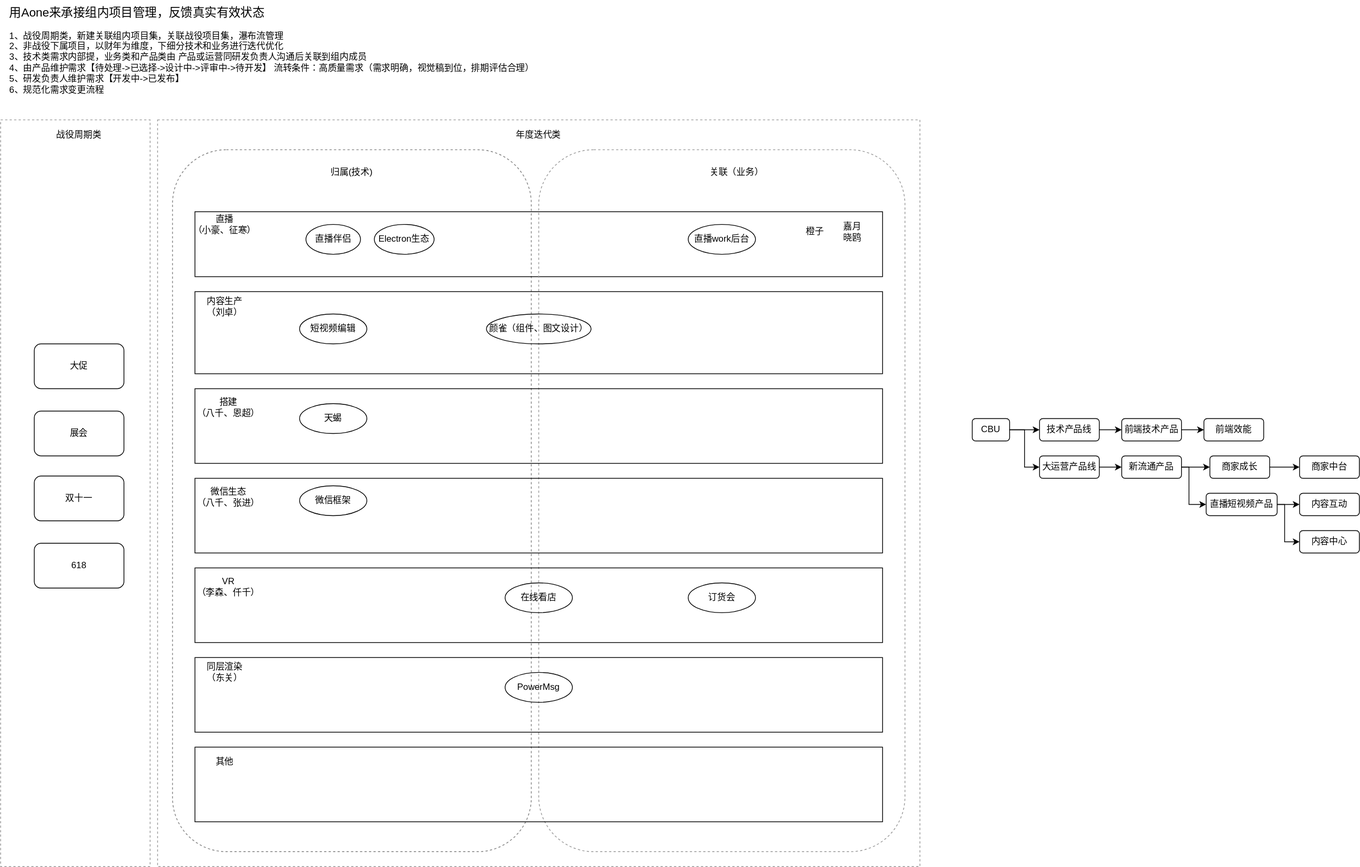
git-zhanglei/gitskills keeps this draw.io diagram as project.svg. Above is the earlier version. Source tidied: cells renumbered, new cells last; positions are measured from the earlier drawing's top-left corner, leaving out a move shared by most shapes.
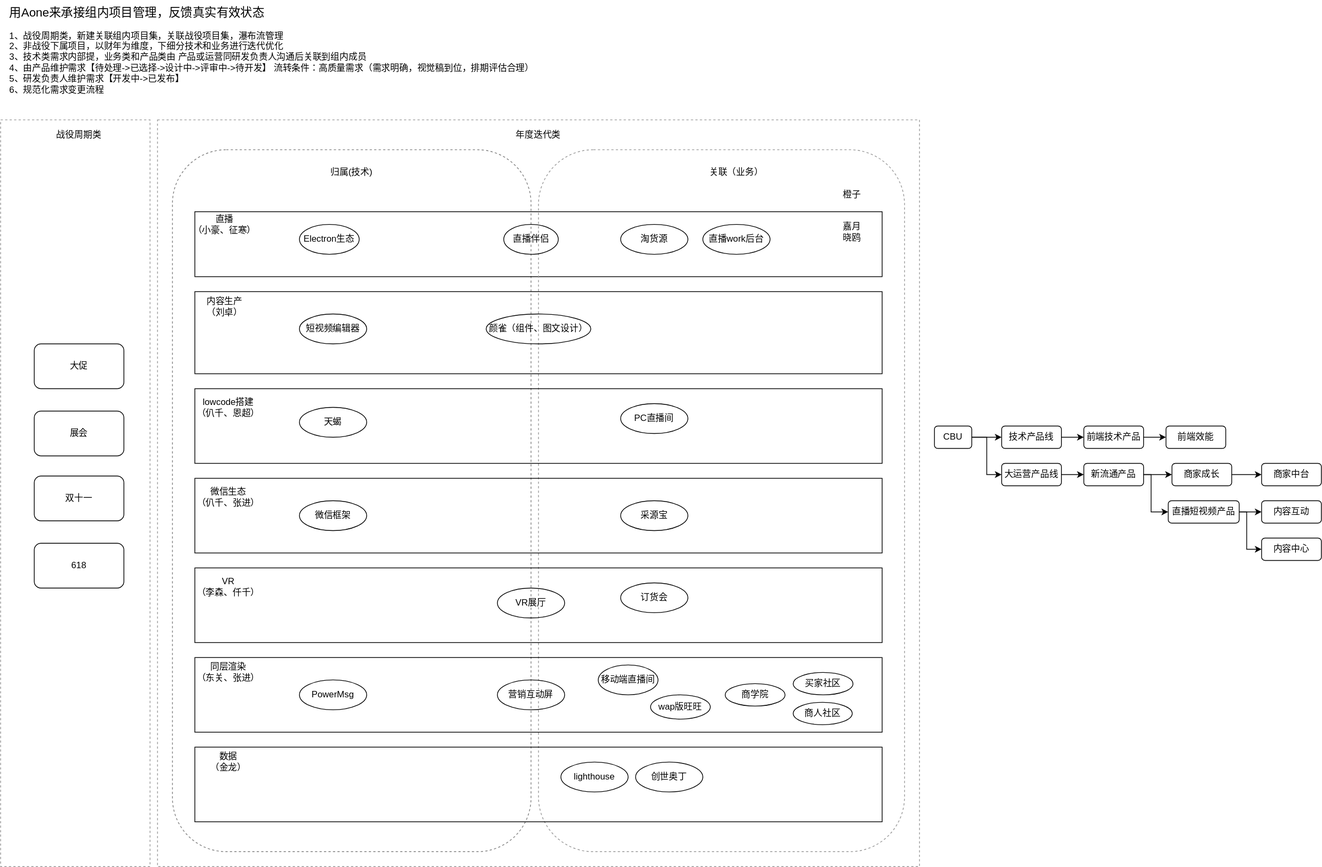
Above is the later version.

The edit, as a diff of the source:
```diff
@@ -20,17 +20,17 @@
     <mxCell id="7" style="rounded=0;whiteSpace=wrap;html=1;fillColor=none;" parent="1" vertex="1">
       <mxGeometry x="260" y="520" width="920" height="100" as="geometry" />
     </mxCell>
-    <mxCell id="8" value="短视频编辑" style="ellipse;whiteSpace=wrap;html=1;fillColor=none;" parent="1" vertex="1">
+    <mxCell id="8" value="短视频编辑器" style="ellipse;whiteSpace=wrap;html=1;fillColor=none;" parent="1" vertex="1">
       <mxGeometry x="400" y="420" width="90" height="40" as="geometry" />
     </mxCell>
     <mxCell id="9" value="内容生产&lt;br&gt;（刘卓）" style="text;html=1;strokeColor=none;fillColor=none;align=center;verticalAlign=middle;whiteSpace=wrap;rounded=0;" parent="1" vertex="1">
       <mxGeometry x="270" y="400" width="60" height="20" as="geometry" />
     </mxCell>
-    <mxCell id="10" value="搭建&lt;br&gt;（八千、恩超）" style="text;html=1;strokeColor=none;fillColor=none;align=center;verticalAlign=middle;whiteSpace=wrap;rounded=0;" parent="1" vertex="1">
+    <mxCell id="10" value="lowcode搭建&lt;br&gt;（仈千、恩超）" style="text;html=1;strokeColor=none;fillColor=none;align=center;verticalAlign=middle;whiteSpace=wrap;rounded=0;" parent="1" vertex="1">
       <mxGeometry x="255" y="530" width="100" height="30" as="geometry" />
     </mxCell>
     <mxCell id="11" value="天蝎" style="ellipse;whiteSpace=wrap;html=1;fillColor=none;" parent="1" vertex="1">
-      <mxGeometry x="400" y="540" width="90" height="40" as="geometry" />
+      <mxGeometry x="400" y="545" width="90" height="40" as="geometry" />
     </mxCell>
     <mxCell id="12" style="rounded=0;whiteSpace=wrap;html=1;fillColor=none;" parent="1" vertex="1">
       <mxGeometry x="260" y="760" width="920" height="100" as="geometry" />
@@ -44,14 +44,14 @@
     <mxCell id="15" style="rounded=0;whiteSpace=wrap;html=1;fillColor=none;" parent="1" vertex="1">
       <mxGeometry x="260" y="880" width="920" height="100" as="geometry" />
     </mxCell>
-    <mxCell id="16" value="同层渲染&lt;br&gt;（东关）" style="text;html=1;strokeColor=none;fillColor=none;align=center;verticalAlign=middle;whiteSpace=wrap;rounded=0;" parent="1" vertex="1">
-      <mxGeometry x="270" y="890" width="60" height="20" as="geometry" />
+    <mxCell id="16" value="同层渲染&lt;br&gt;（东关、张进）" style="text;html=1;strokeColor=none;fillColor=none;align=center;verticalAlign=middle;whiteSpace=wrap;rounded=0;" parent="1" vertex="1">
+      <mxGeometry x="260" y="890" width="90" height="20" as="geometry" />
     </mxCell>
     <mxCell id="17" value="直播伴侣" style="ellipse;whiteSpace=wrap;html=1;fillColor=none;" parent="1" vertex="1">
-      <mxGeometry x="408.5" y="300" width="73" height="40" as="geometry" />
+      <mxGeometry x="673.5" y="300" width="73" height="40" as="geometry" />
     </mxCell>
     <mxCell id="18" value="直播work后台" style="ellipse;whiteSpace=wrap;html=1;fillColor=none;" parent="1" vertex="1">
-      <mxGeometry x="920" y="300" width="90" height="40" as="geometry" />
+      <mxGeometry x="940" y="300" width="90" height="40" as="geometry" />
     </mxCell>
     <mxCell id="19" value="归属(技术)" style="text;html=1;strokeColor=none;fillColor=none;align=center;verticalAlign=middle;whiteSpace=wrap;rounded=0;" parent="1" vertex="1">
       <mxGeometry x="440" y="220" width="60" height="20" as="geometry" />
@@ -65,17 +65,17 @@
     <mxCell id="22" style="rounded=0;whiteSpace=wrap;html=1;fillColor=none;" parent="1" vertex="1">
       <mxGeometry x="260" y="640" width="920" height="100" as="geometry" />
     </mxCell>
-    <mxCell id="23" value="微信生态&lt;br&gt;（八千、张进）" style="text;html=1;strokeColor=none;fillColor=none;align=center;verticalAlign=middle;whiteSpace=wrap;rounded=0;" parent="1" vertex="1">
+    <mxCell id="23" value="微信生态&lt;br&gt;（仈千、张进）" style="text;html=1;strokeColor=none;fillColor=none;align=center;verticalAlign=middle;whiteSpace=wrap;rounded=0;" parent="1" vertex="1">
       <mxGeometry x="255" y="650" width="100" height="30" as="geometry" />
     </mxCell>
     <mxCell id="24" value="PowerMsg" style="ellipse;whiteSpace=wrap;html=1;fillColor=none;" parent="1" vertex="1">
-      <mxGeometry x="675" y="900" width="90" height="40" as="geometry" />
+      <mxGeometry x="400" y="910" width="90" height="40" as="geometry" />
     </mxCell>
-    <mxCell id="25" value="在线看店" style="ellipse;whiteSpace=wrap;html=1;fillColor=none;" parent="1" vertex="1">
-      <mxGeometry x="675" y="780" width="90" height="40" as="geometry" />
+    <mxCell id="25" value="VR展厅" style="ellipse;whiteSpace=wrap;html=1;fillColor=none;" parent="1" vertex="1">
+      <mxGeometry x="665" y="787" width="90" height="40" as="geometry" />
     </mxCell>
     <mxCell id="26" value="Electron生态" style="ellipse;whiteSpace=wrap;html=1;fillColor=none;" parent="1" vertex="1">
-      <mxGeometry x="500" y="300" width="80" height="40" as="geometry" />
+      <mxGeometry x="400" y="300" width="80" height="40" as="geometry" />
     </mxCell>
     <mxCell id="27" value="颜雀（组件、图文设计）" style="ellipse;whiteSpace=wrap;html=1;fillColor=none;" parent="1" vertex="1">
       <mxGeometry x="650" y="420" width="140" height="40" as="geometry" />
@@ -83,14 +83,14 @@
     <mxCell id="28" style="rounded=0;whiteSpace=wrap;html=1;fillColor=none;" parent="1" vertex="1">
       <mxGeometry x="260" y="1000" width="920" height="100" as="geometry" />
     </mxCell>
-    <mxCell id="29" value="其他" style="text;html=1;strokeColor=none;fillColor=none;align=center;verticalAlign=middle;whiteSpace=wrap;rounded=0;" parent="1" vertex="1">
-      <mxGeometry x="270" y="1010" width="60" height="20" as="geometry" />
+    <mxCell id="29" value="数据&lt;br&gt;（金龙）" style="text;html=1;strokeColor=none;fillColor=none;align=center;verticalAlign=middle;whiteSpace=wrap;rounded=0;" parent="1" vertex="1">
+      <mxGeometry x="275" y="1010" width="60" height="20" as="geometry" />
     </mxCell>
     <mxCell id="30" value="微信框架" style="ellipse;whiteSpace=wrap;html=1;fillColor=none;" parent="1" vertex="1">
-      <mxGeometry x="400" y="650" width="90" height="40" as="geometry" />
+      <mxGeometry x="400" y="670" width="90" height="40" as="geometry" />
     </mxCell>
     <mxCell id="31" value="订货会" style="ellipse;whiteSpace=wrap;html=1;fillColor=none;" parent="1" vertex="1">
-      <mxGeometry x="920" y="780" width="90" height="40" as="geometry" />
+      <mxGeometry x="830" y="780" width="90" height="40" as="geometry" />
     </mxCell>
     <mxCell id="32" style="rounded=0;whiteSpace=wrap;html=1;dashed=1;strokeColor=#999999;fillColor=none;align=left;" parent="1" vertex="1">
       <mxGeometry y="160" width="200" height="1000" as="geometry" />
@@ -117,28 +117,28 @@
       <mxGeometry x="1110" y="300" width="60" height="20" as="geometry" />
     </mxCell>
     <mxCell id="40" value="橙子" style="text;html=1;strokeColor=none;fillColor=none;align=center;verticalAlign=middle;whiteSpace=wrap;rounded=0;" parent="1" vertex="1">
-      <mxGeometry x="1060" y="300" width="60" height="20" as="geometry" />
+      <mxGeometry x="1110" y="250" width="60" height="20" as="geometry" />
     </mxCell>
     <mxCell id="41" style="edgeStyle=orthogonalEdgeStyle;rounded=0;jettySize=auto;html=1;exitX=1;exitY=0.5;exitDx=0;exitDy=0;entryX=0;entryY=0.5;entryDx=0;entryDy=0;" parent="1" edge="1" source="42" target="44">
       <mxGeometry relative="1" as="geometry" />
     </mxCell>
     <mxCell id="42" value="技术产品线" style="rounded=1;whiteSpace=wrap;html=1;shadow=0;strokeColor=#000000;fillColor=none;align=center;" parent="1" vertex="1">
-      <mxGeometry x="1390" y="560" width="80" height="30" as="geometry" />
+      <mxGeometry x="1340" y="570" width="80" height="30" as="geometry" />
     </mxCell>
     <mxCell id="43" style="edgeStyle=orthogonalEdgeStyle;rounded=0;jettySize=auto;html=1;exitX=1;exitY=0.5;exitDx=0;exitDy=0;entryX=0;entryY=0.5;entryDx=0;entryDy=0;" parent="1" edge="1" source="44" target="45">
       <mxGeometry relative="1" as="geometry" />
     </mxCell>
     <mxCell id="44" value="前端技术产品" style="rounded=1;whiteSpace=wrap;html=1;shadow=0;strokeColor=#000000;fillColor=none;align=center;" parent="1" vertex="1">
-      <mxGeometry x="1500" y="560" width="80" height="30" as="geometry" />
+      <mxGeometry x="1450" y="570" width="80" height="30" as="geometry" />
     </mxCell>
     <mxCell id="45" value="前端效能" style="rounded=1;whiteSpace=wrap;html=1;shadow=0;strokeColor=#000000;fillColor=none;align=center;" parent="1" vertex="1">
-      <mxGeometry x="1610" y="560" width="80" height="30" as="geometry" />
+      <mxGeometry x="1560" y="570" width="80" height="30" as="geometry" />
     </mxCell>
     <mxCell id="46" style="edgeStyle=orthogonalEdgeStyle;rounded=0;jettySize=auto;html=1;exitX=1;exitY=0.5;exitDx=0;exitDy=0;entryX=0;entryY=0.5;entryDx=0;entryDy=0;" parent="1" edge="1" source="47" target="50">
       <mxGeometry relative="1" as="geometry" />
     </mxCell>
     <mxCell id="47" value="大运营产品线" style="rounded=1;whiteSpace=wrap;html=1;shadow=0;strokeColor=#000000;fillColor=none;align=center;" parent="1" vertex="1">
-      <mxGeometry x="1390" y="610" width="80" height="30" as="geometry" />
+      <mxGeometry x="1340" y="620" width="80" height="30" as="geometry" />
     </mxCell>
     <mxCell id="48" style="edgeStyle=orthogonalEdgeStyle;rounded=0;jettySize=auto;html=1;exitX=1;exitY=0.5;exitDx=0;exitDy=0;entryX=0;entryY=0.5;entryDx=0;entryDy=0;" parent="1" edge="1" source="50" target="52">
       <mxGeometry relative="1" as="geometry" />
@@ -146,22 +146,22 @@
     <mxCell id="49" style="edgeStyle=orthogonalEdgeStyle;rounded=0;jettySize=auto;html=1;exitX=1;exitY=0.5;exitDx=0;exitDy=0;entryX=0;entryY=0.5;entryDx=0;entryDy=0;" parent="1" edge="1" source="50" target="56">
       <mxGeometry relative="1" as="geometry">
         <Array as="points">
-          <mxPoint x="1590" y="625" />
-          <mxPoint x="1590" y="675" />
+          <mxPoint x="1540" y="635" />
+          <mxPoint x="1540" y="685" />
         </Array>
       </mxGeometry>
     </mxCell>
     <mxCell id="50" value="新流通产品" style="rounded=1;whiteSpace=wrap;html=1;shadow=0;strokeColor=#000000;fillColor=none;align=center;" parent="1" vertex="1">
-      <mxGeometry x="1500" y="610" width="80" height="30" as="geometry" />
+      <mxGeometry x="1450" y="620" width="80" height="30" as="geometry" />
     </mxCell>
     <mxCell id="51" style="edgeStyle=orthogonalEdgeStyle;rounded=0;jettySize=auto;html=1;exitX=1;exitY=0.5;exitDx=0;exitDy=0;entryX=0;entryY=0.5;entryDx=0;entryDy=0;" parent="1" edge="1" source="52" target="53">
       <mxGeometry relative="1" as="geometry" />
     </mxCell>
     <mxCell id="52" value="商家成长" style="rounded=1;whiteSpace=wrap;html=1;shadow=0;strokeColor=#000000;fillColor=none;align=center;" parent="1" vertex="1">
-      <mxGeometry x="1618" y="610" width="80" height="30" as="geometry" />
+      <mxGeometry x="1568" y="620" width="80" height="30" as="geometry" />
     </mxCell>
     <mxCell id="53" value="商家中台" style="rounded=1;whiteSpace=wrap;html=1;shadow=0;strokeColor=#000000;fillColor=none;align=center;" parent="1" vertex="1">
-      <mxGeometry x="1738" y="610" width="80" height="30" as="geometry" />
+      <mxGeometry x="1688" y="620" width="80" height="30" as="geometry" />
     </mxCell>
     <mxCell id="54" style="edgeStyle=orthogonalEdgeStyle;rounded=0;jettySize=auto;html=1;exitX=1;exitY=0.5;exitDx=0;exitDy=0;entryX=0;entryY=0.5;entryDx=0;entryDy=0;" parent="1" edge="1" source="56" target="57">
       <mxGeometry relative="1" as="geometry" />
@@ -169,19 +169,19 @@
     <mxCell id="55" style="edgeStyle=orthogonalEdgeStyle;rounded=0;jettySize=auto;html=1;exitX=1;exitY=0.5;exitDx=0;exitDy=0;entryX=0;entryY=0.5;entryDx=0;entryDy=0;" parent="1" edge="1" source="56" target="58">
       <mxGeometry relative="1" as="geometry">
         <Array as="points">
-          <mxPoint x="1718" y="675" />
-          <mxPoint x="1718" y="725" />
+          <mxPoint x="1668" y="685" />
+          <mxPoint x="1668" y="735" />
         </Array>
       </mxGeometry>
     </mxCell>
     <mxCell id="56" value="直播短视频产品" style="rounded=1;whiteSpace=wrap;html=1;shadow=0;strokeColor=#000000;fillColor=none;align=center;" parent="1" vertex="1">
-      <mxGeometry x="1613" y="660" width="95" height="30" as="geometry" />
+      <mxGeometry x="1563" y="670" width="95" height="30" as="geometry" />
     </mxCell>
     <mxCell id="57" value="内容互动" style="rounded=1;whiteSpace=wrap;html=1;shadow=0;strokeColor=#000000;fillColor=none;align=center;" parent="1" vertex="1">
-      <mxGeometry x="1738" y="660" width="80" height="30" as="geometry" />
+      <mxGeometry x="1688" y="670" width="80" height="30" as="geometry" />
     </mxCell>
     <mxCell id="58" value="内容中心" style="rounded=1;whiteSpace=wrap;html=1;shadow=0;strokeColor=#000000;fillColor=none;align=center;" parent="1" vertex="1">
-      <mxGeometry x="1738" y="710" width="80" height="30" as="geometry" />
+      <mxGeometry x="1688" y="720" width="80" height="30" as="geometry" />
     </mxCell>
     <mxCell id="59" style="edgeStyle=orthogonalEdgeStyle;rounded=0;jettySize=auto;html=1;exitX=1;exitY=0.5;exitDx=0;exitDy=0;entryX=0;entryY=0.5;entryDx=0;entryDy=0;" parent="1" edge="1" source="61" target="42">
       <mxGeometry relative="1" as="geometry" />
@@ -189,13 +189,46 @@
     <mxCell id="60" style="edgeStyle=orthogonalEdgeStyle;rounded=0;jettySize=auto;html=1;exitX=1;exitY=0.5;exitDx=0;exitDy=0;entryX=0;entryY=0.5;entryDx=0;entryDy=0;" parent="1" edge="1" source="61" target="47">
       <mxGeometry relative="1" as="geometry">
         <Array as="points">
-          <mxPoint x="1370" y="575" />
-          <mxPoint x="1370" y="625" />
+          <mxPoint x="1320" y="585" />
+          <mxPoint x="1320" y="635" />
         </Array>
       </mxGeometry>
     </mxCell>
     <mxCell id="61" value="CBU" style="rounded=1;whiteSpace=wrap;html=1;shadow=0;strokeColor=#000000;fillColor=none;align=center;" parent="1" vertex="1">
-      <mxGeometry x="1300" y="560" width="50" height="30" as="geometry" />
+      <mxGeometry x="1250" y="570" width="50" height="30" as="geometry" />
     </mxCell>
+    <mxCell id="62" value="采源宝" style="ellipse;whiteSpace=wrap;html=1;fillColor=none;" parent="1" vertex="1">
+      <mxGeometry x="830" y="670" width="90" height="40" as="geometry" />
+    </mxCell>
+    <mxCell id="63" value="商人社区" style="ellipse;whiteSpace=wrap;html=1;fillColor=none;" parent="1" vertex="1">
+      <mxGeometry x="1061" y="940" width="79" height="30" as="geometry" />
+    </mxCell>
+    <mxCell id="64" value="买家社区" style="ellipse;whiteSpace=wrap;html=1;fillColor=none;" parent="1" vertex="1">
+      <mxGeometry x="1061" y="900" width="80" height="30" as="geometry" />
+    </mxCell>
+    <mxCell id="65" value="商学院" style="ellipse;whiteSpace=wrap;html=1;fillColor=none;" parent="1" vertex="1">
+      <mxGeometry x="970" y="915" width="80" height="30" as="geometry" />
+    </mxCell>
+    <mxCell id="66" value="淘货源" style="ellipse;whiteSpace=wrap;html=1;fillColor=none;" parent="1" vertex="1">
+      <mxGeometry x="830" y="300" width="90" height="40" as="geometry" />
+    </mxCell>
+    <mxCell id="67" value="lighthouse" style="ellipse;whiteSpace=wrap;html=1;fillColor=none;" parent="1" vertex="1">
+      <mxGeometry x="750" y="1020" width="90" height="40" as="geometry" />
+    </mxCell>
+    <mxCell id="68" value="营销互动屏" style="ellipse;whiteSpace=wrap;html=1;fillColor=none;" parent="1" vertex="1">
+      <mxGeometry x="665" y="910" width="90" height="40" as="geometry" />
+    </mxCell>
+    <mxCell id="69" value="移动端直播间" style="ellipse;whiteSpace=wrap;html=1;fillColor=none;" parent="1" vertex="1">
+      <mxGeometry x="800" y="890" width="80" height="40" as="geometry" />
+    </mxCell>
+    <mxCell id="70" value="PC直播间" style="ellipse;whiteSpace=wrap;html=1;fillColor=none;" parent="1" vertex="1">
+      <mxGeometry x="830" y="540" width="90" height="40" as="geometry" />
+    </mxCell>
+    <mxCell id="71" value="wap版旺旺" style="ellipse;whiteSpace=wrap;html=1;fillColor=none;" parent="1" vertex="1">
+      <mxGeometry x="870" y="930" width="80" height="32.5" as="geometry" />
+    </mxCell>
+    <mxCell id="72" value="创世奥丁" style="ellipse;whiteSpace=wrap;html=1;fillColor=none;" parent="1" vertex="1">
+      <mxGeometry x="850" y="1020" width="90" height="40" as="geometry" />
+    </mxCell>
   </root>
 </mxGraphModel>
```
